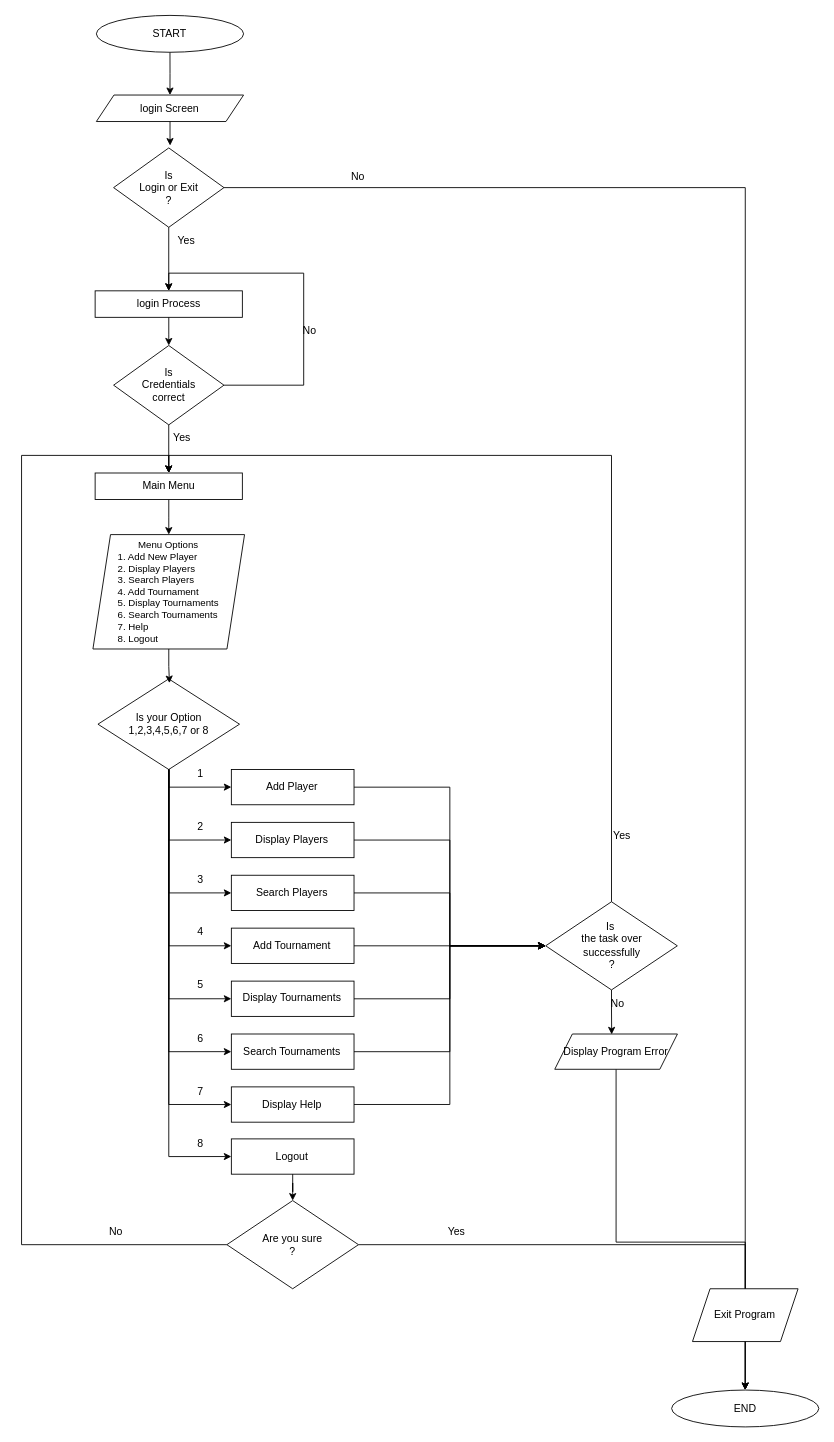
This is javaChessAcademy.drawio from Anuja-jayasinghe/DrawIo_Projects, a draw.io file, before an edit. Source tidied: cells renumbered, new cells numbered last; positions are measured from the earlier drawing's top-left corner, leaving out a move shared by most shapes. Both pictures are drawn from the tidied source at 88%, with x=0, y=0 at pixel (21, 15).
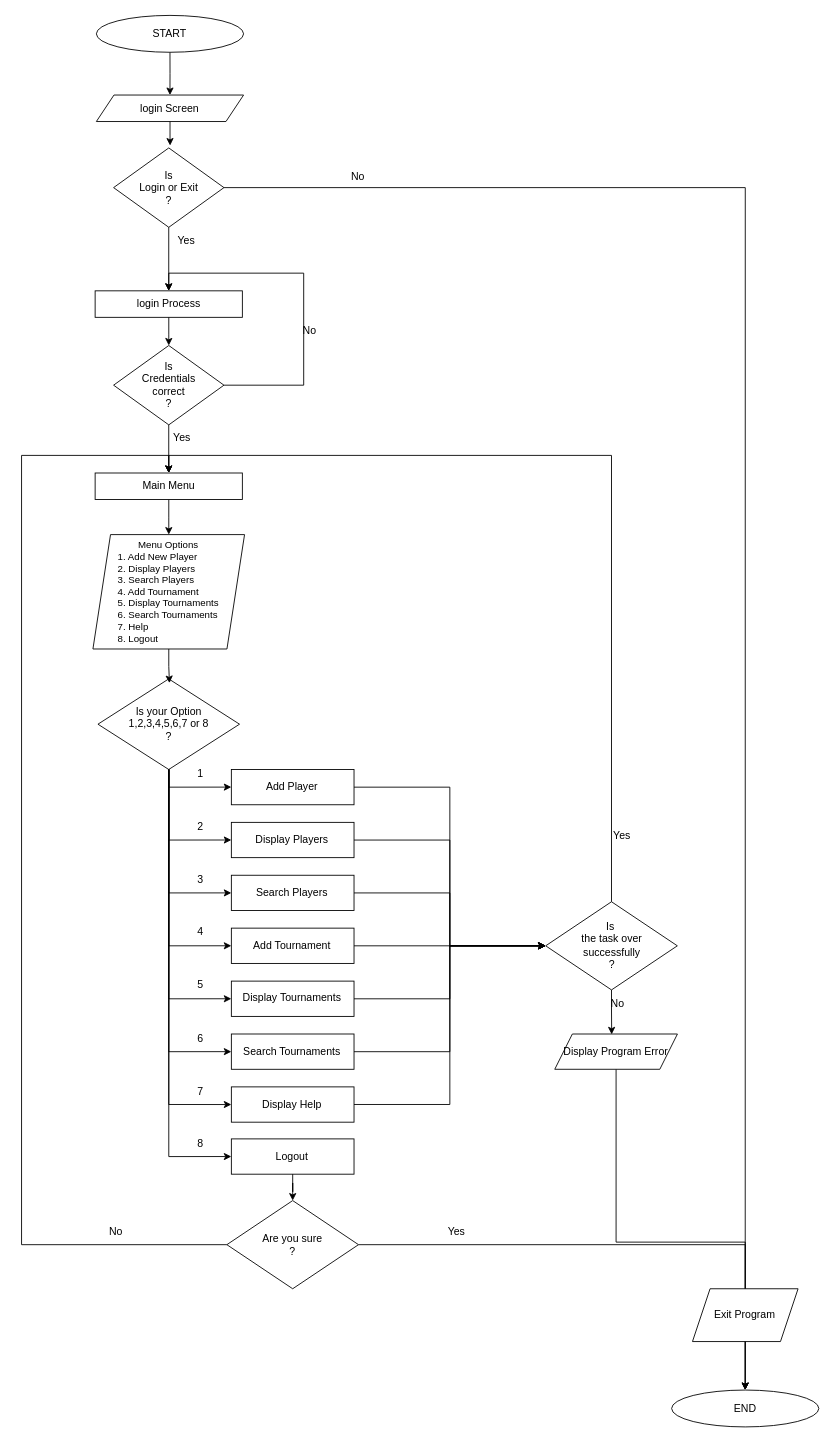
After the change.

The edit, as a diff of the source:
```diff
@@
-    <mxCell id="11" value="Is&lt;div&gt;Credentials&lt;/div&gt;&lt;div&gt;correct&lt;/div&gt;" style="rhombus;whiteSpace=wrap;html=1;" parent="1" vertex="1">
+    <mxCell id="11" value="Is&lt;div&gt;Credentials&lt;/div&gt;&lt;div&gt;correct&lt;/div&gt;&lt;div&gt;?&lt;/div&gt;" style="rhombus;whiteSpace=wrap;html=1;" parent="1" vertex="1">
       <mxGeometry x="104.6" y="375.1" width="125.4" height="90.2" as="geometry" />
     </mxCell>
@@
-    <mxCell id="17" value="&lt;div&gt;Is your Option&lt;/div&gt;1,2,3,4,5,6,7 or 8" style="rhombus;whiteSpace=wrap;html=1;" parent="1" vertex="1">
+    <mxCell id="17" value="&lt;div&gt;Is your Option&lt;/div&gt;1,2,3,4,5,6,7 or 8&lt;div&gt;?&lt;/div&gt;" style="rhombus;whiteSpace=wrap;html=1;" parent="1" vertex="1">
       <mxGeometry x="86.8" y="754" width="160.9" height="102.9" as="geometry" />
     </mxCell>
```
